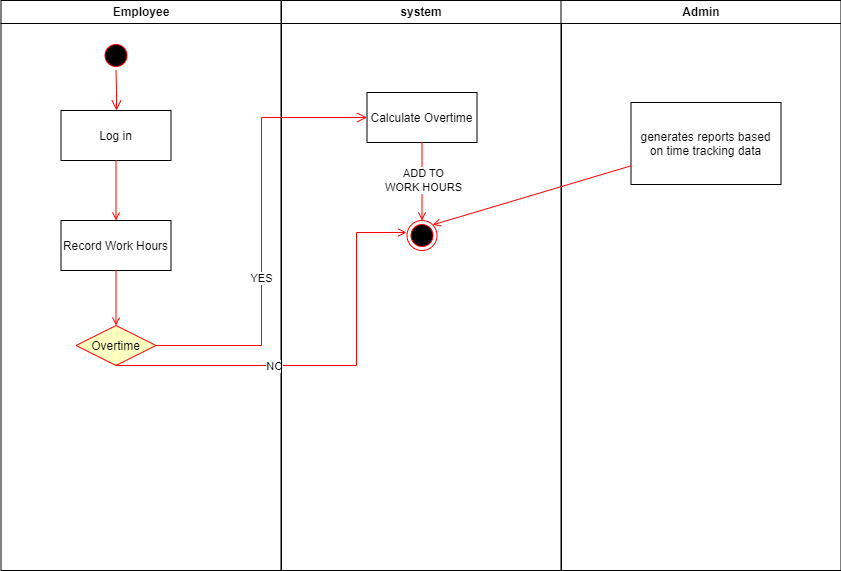
Earlier version of the draw.io export Activity Diagrams/Time Tracking Activity Diagram.drawio.png (Arisa-Ndreu/AEMS--Project). Source tidied: cells renumbered, new cells last; positions are measured from the earlier drawing's top-left corner, leaving out a move shared by most shapes.
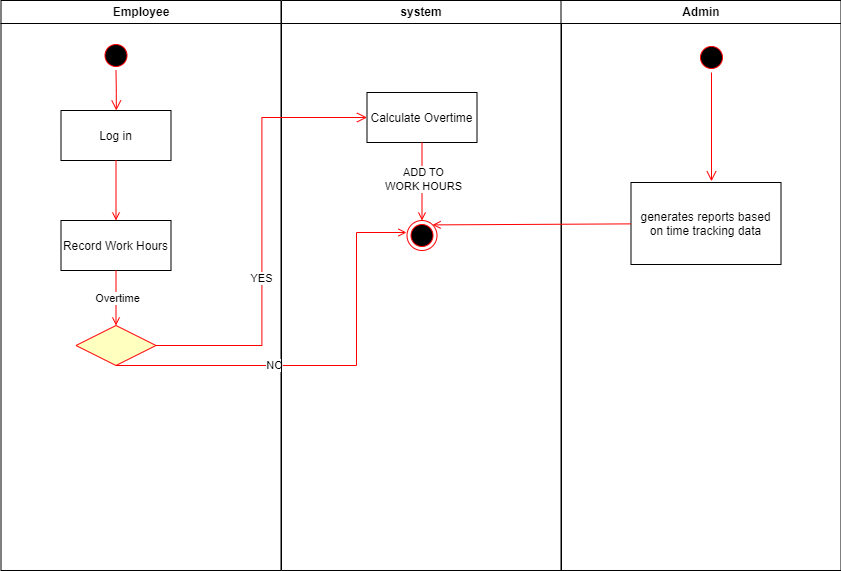
Later version of the same file.

Change to the diagram source:
```diff
@@ -25,7 +25,10 @@
         <mxPoint x="115" y="325" as="targetPoint" />
       </mxGeometry>
     </mxCell>
+    <mxCell id="22" value="Overtime" style="edgeLabel;html=1;align=center;verticalAlign=middle;" parent="8" vertex="1">
+      <mxGeometry x="0.03" y="1" relative="1" as="geometry" />
+    </mxCell>
-    <mxCell id="9" value="Overtime" style="rhombus;fillColor=#ffffc0;strokeColor=#ff0000;" parent="2" vertex="1">
+    <mxCell id="9" style="rhombus;fillColor=#ffffc0;strokeColor=#ff0000;" parent="2" vertex="1">
       <mxGeometry x="75" y="325" width="80" height="40" as="geometry" />
     </mxCell>
     <mxCell id="10" style="edgeStyle=elbowEdgeStyle;elbow=horizontal;strokeColor=#FF0000;endArrow=open;endFill=1;rounded=0;exitX=0.5;exitY=1;exitDx=0;exitDy=0;" parent="2" edge="1" source="9">
@@ -58,8 +61,14 @@
       <mxGeometry x="560.5" width="280" height="570" as="geometry" />
     </mxCell>
     <mxCell id="18" value="generates reports based &#10;on time tracking data" parent="17" vertex="1">
-      <mxGeometry x="70" y="102" width="150" height="82" as="geometry" />
+      <mxGeometry x="70" y="182" width="150" height="82" as="geometry" />
     </mxCell>
+    <mxCell id="23" style="ellipse;shape=startState;fillColor=#000000;strokeColor=#ff0000;" parent="17" vertex="1">
+      <mxGeometry x="135.5" y="42" width="30" height="30" as="geometry" />
+    </mxCell>
+    <mxCell id="24" style="edgeStyle=elbowEdgeStyle;elbow=horizontal;verticalAlign=bottom;endArrow=open;endSize=8;strokeColor=#FF0000;endFill=1;rounded=0;exitX=0.5;exitY=1;exitDx=0;exitDy=0;entryX=0.541;entryY=-0.014;entryDx=0;entryDy=0;entryPerimeter=0;" parent="17" edge="1" source="23" target="18">
+      <mxGeometry x="-460" y="40" as="geometry" />
+    </mxCell>
     <mxCell id="19" style="edgeStyle=elbowEdgeStyle;elbow=horizontal;align=left;verticalAlign=top;endArrow=open;endSize=8;strokeColor=#FF0000;endFill=1;rounded=0;" parent="1" edge="1" source="9" target="13">
       <mxGeometry x="-1" relative="1" as="geometry" />
     </mxCell>
```
